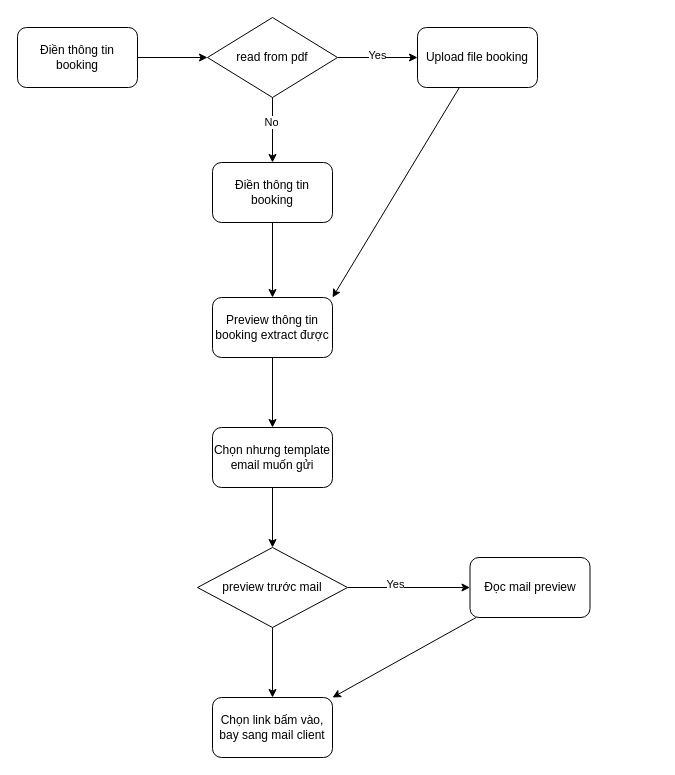
Before: diagram/user-flow.dio in dunganh21/gk-flow, a draw.io diagram. Source tidied: cells renumbered, new cells numbered last; positions are measured from the earlier drawing's top-left corner, leaving out a move shared by most shapes. Both pictures are drawn from the tidied source at 100%, with x=0, y=0 at pixel (17, 17).
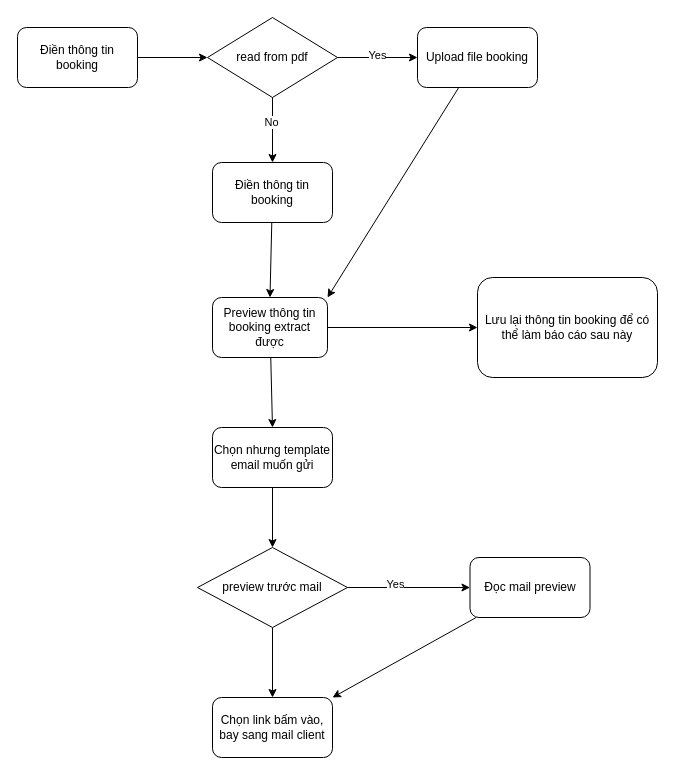
The same page after the edit.

The edit, as a diff of the source:
```diff
@@
+    <mxCell id="24" style="edgeStyle=none;html=1;entryX=0;entryY=0.5;entryDx=0;entryDy=0;" parent="1" edge="1" source="23" target="25">
+      <mxGeometry relative="1" as="geometry" />
+    </mxCell>
     <mxCell id="23" value="Preview thông tin booking extract được" style="rounded=1;whiteSpace=wrap;html=1;flipV=1;" parent="1" vertex="1">
-      <mxGeometry x="195" y="280" width="120" height="60" as="geometry" />
+      <mxGeometry x="195" y="280" width="115" height="60" as="geometry" />
     </mxCell>
+    <mxCell id="25" value="Lưu lại thông tin booking để có thể làm báo cáo sau này" style="rounded=1;whiteSpace=wrap;html=1;flipV=1;" parent="1" vertex="1">
+      <mxGeometry x="460" y="260" width="180" height="100" as="geometry" />
+    </mxCell>
```
